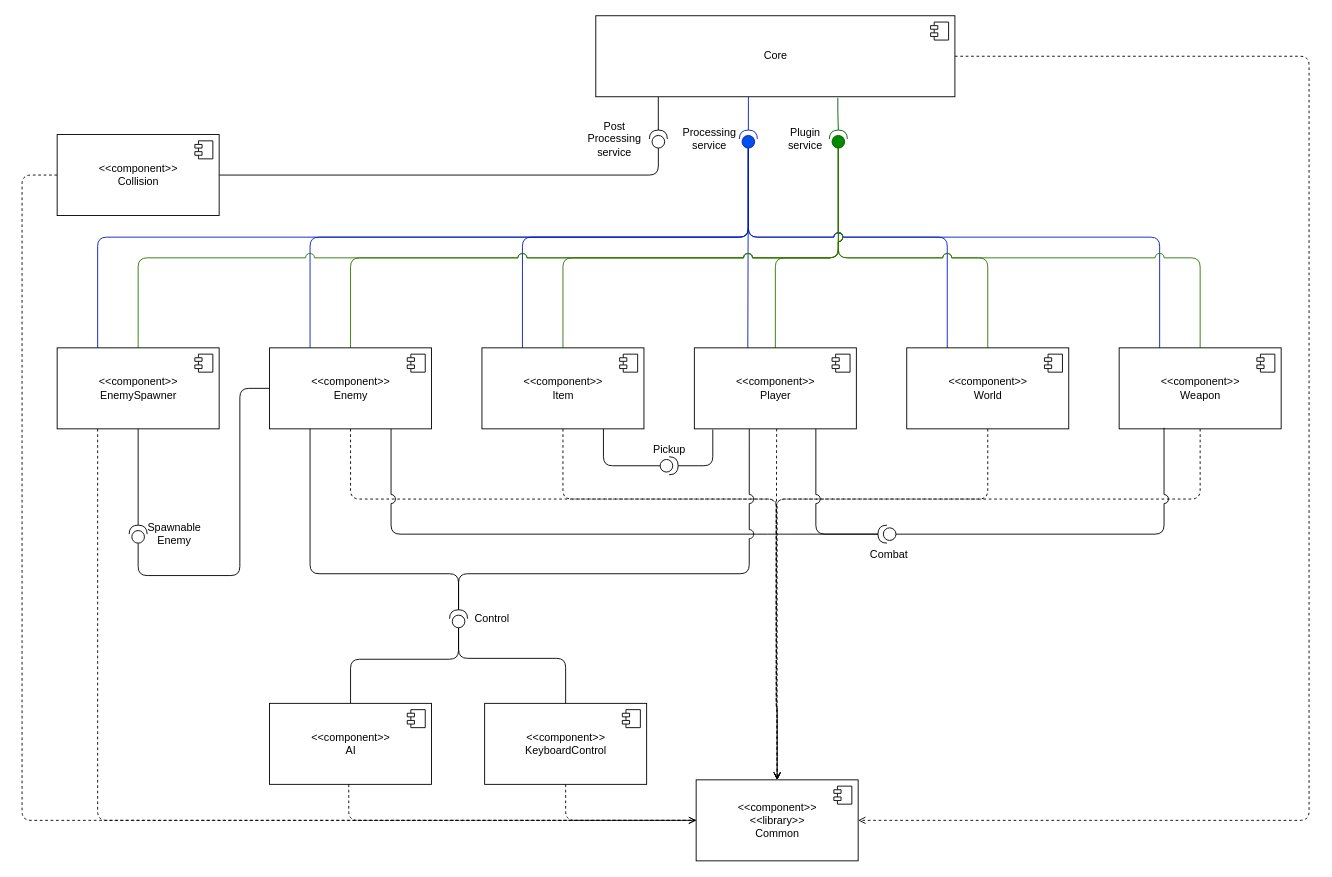
Before: docs/diagrams/components.drawio in sesem4/Nelda, a draw.io diagram. Source tidied: cells renumbered, new cells numbered last; positions are measured from the earlier drawing's top-left corner, leaving out a move shared by most shapes. Both pictures are drawn from the tidied source at 90%, with x=0, y=0 at pixel (22, 15).
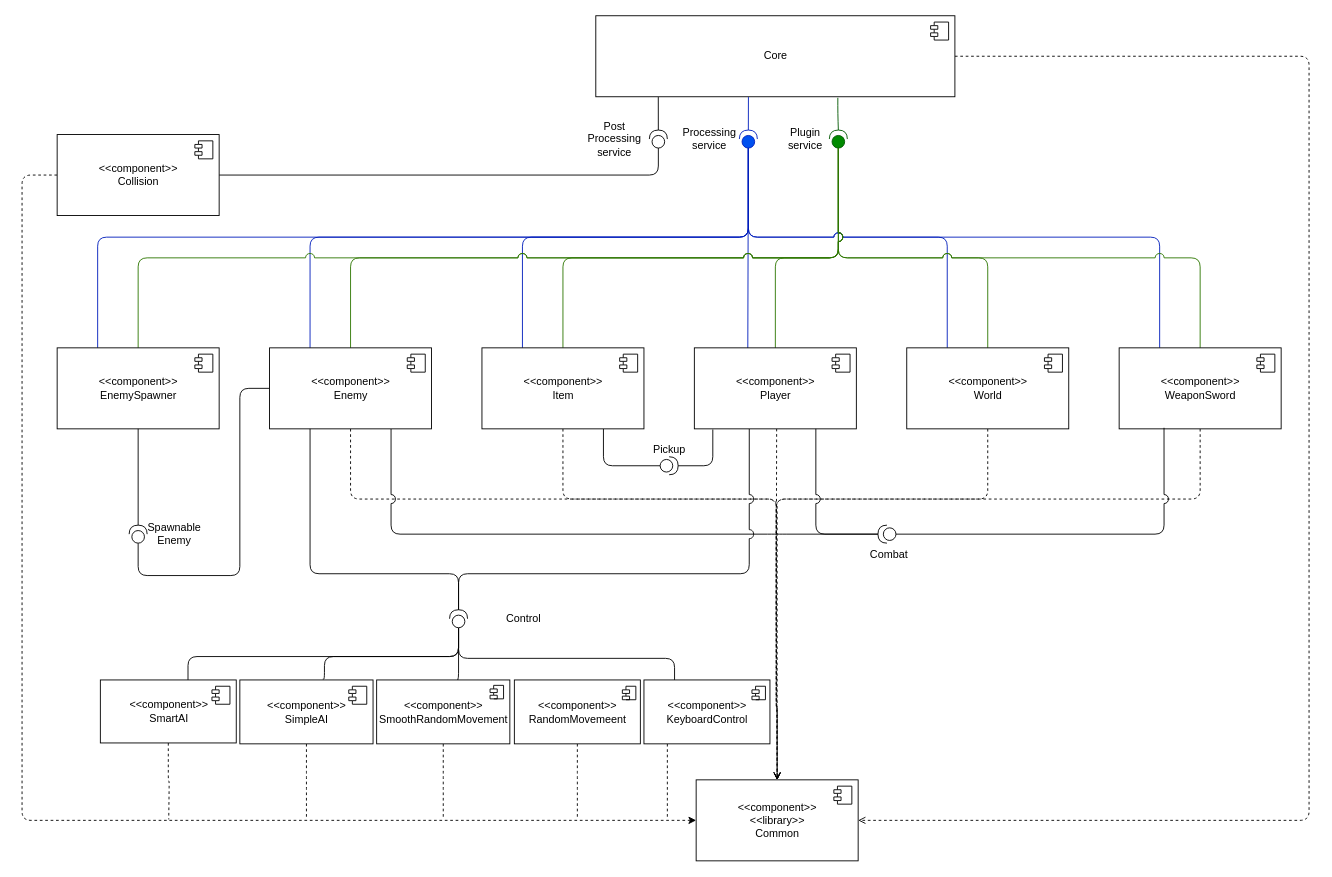
The same page after the edit.

Unchanged cells that the change refers to:
```xml
<mxCell id="39" value="&amp;lt;&amp;lt;component&amp;gt;&amp;gt;&lt;br&gt;Collision" style="html=1;" parent="1" vertex="1">
  <mxGeometry x="39" y="132" width="180" height="90" as="geometry" />
</mxCell>
<mxCell id="46" value="&amp;lt;&amp;lt;component&amp;gt;&amp;gt;&lt;br&gt;&amp;lt;&amp;lt;library&amp;gt;&amp;gt;&lt;br&gt;Common" style="html=1;" parent="1" vertex="1">
  <mxGeometry x="749" y="849" width="180" height="90" as="geometry" />
</mxCell>
<mxCell id="58" style="shape=providedRequiredInterface;html=1;verticalLabelPosition=bottom;sketch=0;rotation=-90;" parent="1" vertex="1">
  <mxGeometry x="475" y="660" width="20" height="20" as="geometry" />
</mxCell>
<mxCell id="63" value="&amp;lt;&amp;lt;component&amp;gt;&amp;gt;&lt;br&gt;EnemySpawner" style="html=1;" parent="1" vertex="1">
  <mxGeometry x="39" y="369" width="180" height="90" as="geometry" />
</mxCell>
```

The edit, as a diff of the source:
```diff
@@
-    <mxCell id="27" value="&amp;lt;&amp;lt;component&amp;gt;&amp;gt;&lt;br&gt;Weapon" style="html=1;" parent="1" vertex="1">
+    <mxCell id="27" value="&amp;lt;&amp;lt;component&amp;gt;&amp;gt;&lt;br&gt;WeaponSword" style="html=1;" parent="1" vertex="1">
       <mxGeometry x="1219" y="369" width="180" height="90" as="geometry" />
     </mxCell>
@@
-    <mxCell id="37" style="edgeStyle=orthogonalEdgeStyle;jumpStyle=arc;jumpSize=10;html=1;entryX=0;entryY=0.5;entryDx=0;entryDy=0;endArrow=none;endFill=0;dashed=1;" parent="1" edge="1" source="39" target="46">
+    <mxCell id="37" style="edgeStyle=orthogonalEdgeStyle;jumpStyle=arc;jumpSize=10;html=1;entryX=0;entryY=0.5;entryDx=0;entryDy=0;endArrow=classic;endFill=1;dashed=1;startArrow=none;startFill=0;" parent="1" edge="1" source="39" target="46">
       <mxGeometry relative="1" as="geometry">
         <Array as="points">
           <mxPoint y="177" />
           <mxPoint y="894" />
         </Array>
       </mxGeometry>
     </mxCell>
@@
     <mxCell id="48" style="edgeStyle=orthogonalEdgeStyle;html=1;entryX=0;entryY=0.5;entryDx=0;entryDy=0;entryPerimeter=0;endArrow=none;endFill=0;" parent="1" edge="1" source="50" target="58">
       <mxGeometry relative="1" as="geometry">
         <Array as="points">
-          <mxPoint x="604" y="714" />
+          <mxPoint x="725" y="714" />
           <mxPoint x="485" y="714" />
         </Array>
       </mxGeometry>
     </mxCell>
-    <mxCell id="49" style="edgeStyle=orthogonalEdgeStyle;jumpStyle=arc;jumpSize=10;html=1;entryX=0;entryY=0.5;entryDx=0;entryDy=0;endArrow=open;endFill=0;dashed=1;" parent="1" edge="1" source="50" target="46">
-      <mxGeometry relative="1" as="geometry">
-        <Array as="points">
-          <mxPoint x="604" y="894" />
-        </Array>
-      </mxGeometry>
-    </mxCell>
+    <mxCell id="75" style="edgeStyle=orthogonalEdgeStyle;rounded=1;jettySize=auto;html=1;dashed=1;strokeWidth=1;startArrow=none;startFill=0;endArrow=none;endFill=0;" parent="1" edge="1" source="50">
+      <mxGeometry relative="1" as="geometry">
+        <mxPoint x="717" y="892" as="targetPoint" />
+        <Array as="points">
+          <mxPoint x="717" y="892" />
+        </Array>
+      </mxGeometry>
+    </mxCell>
     <mxCell id="50" value="&amp;lt;&amp;lt;component&amp;gt;&amp;gt;&lt;br&gt;KeyboardControl" style="html=1;" parent="1" vertex="1">
-      <mxGeometry x="514" y="764" width="180" height="90" as="geometry" />
+      <mxGeometry x="691" y="738" width="140" height="71" as="geometry" />
     </mxCell>
     <mxCell id="51" style="shape=module;jettyWidth=8;jettyHeight=4;" parent="50" vertex="1">
-      <mxGeometry x="1" width="20" height="20" relative="1" as="geometry">
-        <mxPoint x="-27" y="7" as="offset" />
+      <mxGeometry x="1" width="15" height="15" relative="1" as="geometry">
+        <mxPoint x="-20" y="7" as="offset" />
       </mxGeometry>
     </mxCell>
-    <mxCell id="52" style="edgeStyle=orthogonalEdgeStyle;html=1;entryX=0;entryY=0.5;entryDx=0;entryDy=0;entryPerimeter=0;endArrow=none;endFill=0;" parent="1" edge="1" source="54" target="58">
-      <mxGeometry relative="1" as="geometry">
-        <Array as="points">
-          <mxPoint x="365" y="715" />
-          <mxPoint x="485" y="715" />
-        </Array>
-      </mxGeometry>
-    </mxCell>
-    <mxCell id="53" style="edgeStyle=orthogonalEdgeStyle;jumpStyle=arc;jumpSize=10;html=1;entryX=0;entryY=0.5;entryDx=0;entryDy=0;dashed=1;endArrow=open;endFill=0;" parent="1" edge="1" source="54" target="46">
-      <mxGeometry relative="1" as="geometry">
-        <Array as="points">
-          <mxPoint x="363" y="894" />
-        </Array>
-      </mxGeometry>
-    </mxCell>
+    <mxCell id="76" style="edgeStyle=orthogonalEdgeStyle;rounded=1;jettySize=auto;html=1;dashed=1;strokeWidth=1;startArrow=none;startFill=0;endArrow=none;endFill=0;" parent="1" edge="1" source="54">
+      <mxGeometry relative="1" as="geometry">
+        <mxPoint x="617" y="891" as="targetPoint" />
+      </mxGeometry>
+    </mxCell>
-    <mxCell id="54" value="&amp;lt;&amp;lt;component&amp;gt;&amp;gt;&lt;br&gt;AI" style="html=1;" parent="1" vertex="1">
-      <mxGeometry x="275" y="764" width="180" height="90" as="geometry" />
+    <mxCell id="54" value="&amp;lt;&amp;lt;component&amp;gt;&amp;gt;&lt;br&gt;RandomMovemeent" style="html=1;" parent="1" vertex="1">
+      <mxGeometry x="547" y="738" width="140" height="71" as="geometry" />
     </mxCell>
     <mxCell id="55" style="shape=module;jettyWidth=8;jettyHeight=4;" parent="54" vertex="1">
-      <mxGeometry x="1" width="20" height="20" relative="1" as="geometry">
-        <mxPoint x="-27" y="7" as="offset" />
+      <mxGeometry x="1" width="15" height="15" relative="1" as="geometry">
+        <mxPoint x="-20" y="7" as="offset" />
       </mxGeometry>
     </mxCell>
@@
+    <mxCell id="77" style="edgeStyle=orthogonalEdgeStyle;rounded=1;jettySize=auto;html=1;entryX=0.623;entryY=-0.013;entryDx=0;entryDy=0;entryPerimeter=0;strokeWidth=1;endArrow=none;endFill=0;" parent="1" edge="1" source="58" target="81">
+      <mxGeometry relative="1" as="geometry">
+        <Array as="points">
+          <mxPoint x="485" y="712" />
+          <mxPoint x="336" y="712" />
+        </Array>
+      </mxGeometry>
+    </mxCell>
+    <mxCell id="78" style="edgeStyle=orthogonalEdgeStyle;rounded=1;jettySize=auto;html=1;entryX=0.566;entryY=0.036;entryDx=0;entryDy=0;entryPerimeter=0;strokeWidth=1;endArrow=none;endFill=0;" parent="1" edge="1" source="58" target="84">
+      <mxGeometry relative="1" as="geometry">
+        <Array as="points">
+          <mxPoint x="485" y="740" />
+        </Array>
+      </mxGeometry>
+    </mxCell>
+    <mxCell id="79" style="edgeStyle=orthogonalEdgeStyle;rounded=1;jettySize=auto;html=1;entryX=0.645;entryY=0;entryDx=0;entryDy=0;entryPerimeter=0;strokeWidth=1;endArrow=none;endFill=0;" parent="1" edge="1" source="58" target="87">
+      <mxGeometry relative="1" as="geometry">
+        <Array as="points">
+          <mxPoint x="485" y="712" />
+          <mxPoint x="184" y="712" />
+        </Array>
+      </mxGeometry>
+    </mxCell>
@@
     <mxCell id="59" value="Control" style="text;html=1;strokeColor=none;fillColor=none;align=center;verticalAlign=middle;whiteSpace=wrap;rounded=0;" parent="1" vertex="1">
-      <mxGeometry x="482" y="647" width="81" height="46" as="geometry" />
+      <mxGeometry x="517" y="647" width="81" height="46" as="geometry" />
     </mxCell>
-    <mxCell id="60" style="edgeStyle=orthogonalEdgeStyle;jumpStyle=arc;jumpSize=10;html=1;exitX=0.25;exitY=1;exitDx=0;exitDy=0;entryX=0;entryY=0.5;entryDx=0;entryDy=0;endArrow=none;endFill=0;dashed=1;strokeWidth=1;" parent="1" edge="1" source="63" target="46">
-      <mxGeometry relative="1" as="geometry" />
-    </mxCell>
@@
+    <mxCell id="80" style="edgeStyle=orthogonalEdgeStyle;rounded=1;jettySize=auto;html=1;dashed=1;strokeWidth=1;startArrow=none;startFill=0;endArrow=none;endFill=0;" parent="1" edge="1" source="81">
+      <mxGeometry relative="1" as="geometry">
+        <mxPoint x="316" y="891" as="targetPoint" />
+      </mxGeometry>
+    </mxCell>
+    <mxCell id="81" value="&amp;lt;&amp;lt;component&amp;gt;&amp;gt;&lt;br&gt;SimpleAI" style="html=1;" parent="1" vertex="1">
+      <mxGeometry x="242" y="738" width="148" height="71" as="geometry" />
+    </mxCell>
+    <mxCell id="82" style="shape=module;jettyWidth=8;jettyHeight=4;" parent="81" vertex="1">
+      <mxGeometry x="1" width="20" height="20" relative="1" as="geometry">
+        <mxPoint x="-27" y="7" as="offset" />
+      </mxGeometry>
+    </mxCell>
+    <mxCell id="83" style="edgeStyle=orthogonalEdgeStyle;rounded=1;jettySize=auto;html=1;dashed=1;strokeWidth=1;startArrow=none;startFill=0;endArrow=none;endFill=0;" parent="1" edge="1" source="84">
+      <mxGeometry relative="1" as="geometry">
+        <mxPoint x="468" y="892" as="targetPoint" />
+      </mxGeometry>
+    </mxCell>
+    <mxCell id="84" value="&amp;lt;&amp;lt;component&amp;gt;&amp;gt;&lt;br&gt;SmoothRandomMovement" style="html=1;" parent="1" vertex="1">
+      <mxGeometry x="394" y="738" width="148" height="71" as="geometry" />
+    </mxCell>
+    <mxCell id="85" style="shape=module;jettyWidth=8;jettyHeight=4;" parent="84" vertex="1">
+      <mxGeometry x="1" width="15" height="15" relative="1" as="geometry">
+        <mxPoint x="-22" y="6" as="offset" />
+      </mxGeometry>
+    </mxCell>
+    <mxCell id="86" style="edgeStyle=orthogonalEdgeStyle;rounded=1;jettySize=auto;html=1;dashed=1;strokeWidth=1;startArrow=none;startFill=0;endArrow=none;endFill=0;" parent="1" edge="1" source="87">
+      <mxGeometry relative="1" as="geometry">
+        <mxPoint x="163" y="893" as="targetPoint" />
+      </mxGeometry>
+    </mxCell>
+    <mxCell id="87" value="&amp;lt;&amp;lt;component&amp;gt;&amp;gt;&lt;br&gt;SmartAI" style="html=1;" parent="1" vertex="1">
+      <mxGeometry x="87" y="738" width="151" height="70" as="geometry" />
+    </mxCell>
+    <mxCell id="88" style="shape=module;jettyWidth=8;jettyHeight=4;" parent="87" vertex="1">
+      <mxGeometry x="1" width="20" height="20" relative="1" as="geometry">
+        <mxPoint x="-27" y="7" as="offset" />
+      </mxGeometry>
+    </mxCell>
```
